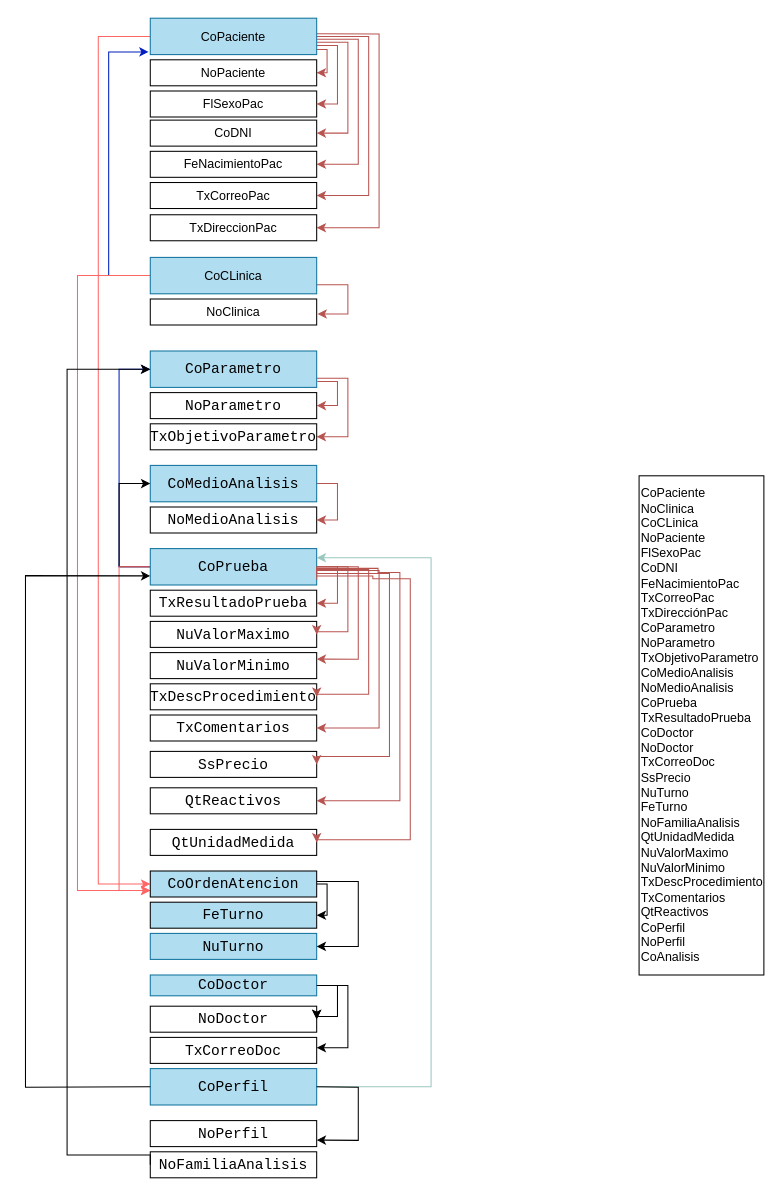
Earlier version of the draw.io diagram page "Diagrama Funcional" (1 of 2) of Untitled Diagram.drawio (hrojasutani/test). Source tidied: cells renumbered, new cells numbered last; positions are measured from the earlier drawing's top-left corner, leaving out a move shared by most shapes. Both pictures are drawn from the tidied source at 104%, with x=0, y=0 at pixel (25, 18).
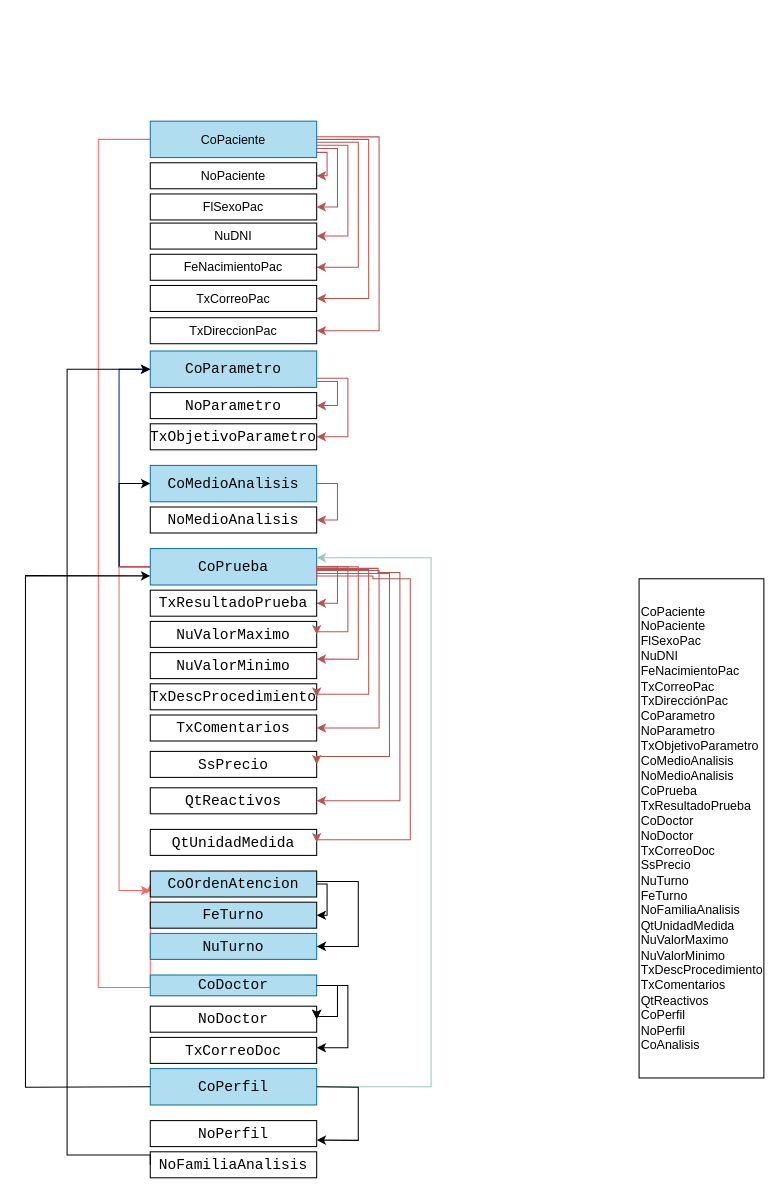
After the change.

Commit message:
se borro clicnica

Unchanged cells that the change refers to:
```xml
<mxCell id="64" value="&lt;div style=&quot;font-family: Consolas, &amp;quot;Courier New&amp;quot;, monospace; font-size: 14px; line-height: 19px;&quot;&gt;&lt;div&gt;&lt;span style=&quot;&quot;&gt;CoOrdenAtencion&lt;/span&gt;&lt;/div&gt;&lt;/div&gt;" style="text;whiteSpace=wrap;html=1;verticalAlign=middle;align=center;fontColor=default;labelBackgroundColor=none;fontStyle=0;strokeColor=default;fillColor=#B1DDF0;" parent="1" vertex="1">
  <mxGeometry x="120" y="820" width="160" height="25" as="geometry" />
</mxCell>
```

Diff of the diagram source:
```diff
@@
-    <mxCell id="2" value="&lt;div&gt;CoPaciente&lt;/div&gt;&lt;div&gt;NoClinica&lt;/div&gt;&lt;div&gt;CoCLinica&lt;/div&gt;&lt;div&gt;NoPaciente&lt;/div&gt;&lt;div&gt;FlSexoPac&lt;/div&gt;&lt;div&gt;CoDNI&lt;/div&gt;&lt;div&gt;FeNacimientoPac&lt;/div&gt;&lt;div&gt;TxCorreoPac&lt;/div&gt;&lt;div&gt;TxDirecciónPac&lt;/div&gt;&lt;div&gt;CoParametro&lt;/div&gt;&lt;div&gt;NoParametro&lt;/div&gt;&lt;div&gt;TxObjetivoParametro&lt;/div&gt;&lt;div&gt;CoMedioAnalisis&lt;/div&gt;&lt;div&gt;NoMedioAnalisis&lt;/div&gt;&lt;div&gt;CoPrueba&lt;/div&gt;&lt;div&gt;TxResultadoPrueba&lt;/div&gt;&lt;div&gt;CoDoctor&lt;/div&gt;&lt;div&gt;NoDoctor&lt;/div&gt;&lt;div&gt;TxCorreoDoc&lt;/div&gt;&lt;div&gt;SsPrecio&lt;/div&gt;&lt;div&gt;NuTurno&lt;/div&gt;&lt;div&gt;FeTurno&lt;/div&gt;&lt;div&gt;NoFamiliaAnalisis&lt;/div&gt;&lt;div&gt;QtUnidadMedida&lt;/div&gt;&lt;div&gt;NuValorMaximo&lt;/div&gt;&lt;div&gt;NuValorMinimo&lt;/div&gt;&lt;div&gt;TxDescProcedimiento&lt;/div&gt;&lt;div&gt;TxComentarios&lt;/div&gt;&lt;div&gt;QtReactivos&lt;/div&gt;&lt;div&gt;CoPerfil&lt;/div&gt;&lt;div&gt;NoPerfil&lt;/div&gt;&lt;div&gt;CoAnalisis&lt;/div&gt;" style="rounded=0;whiteSpace=wrap;html=1;align=left;" parent="1" vertex="1">
-      <mxGeometry x="590" y="440" width="120" height="480" as="geometry" />
+    <mxCell id="2" value="&lt;div&gt;CoPaciente&lt;/div&gt;&lt;div&gt;NoPaciente&lt;/div&gt;&lt;div&gt;FlSexoPac&lt;/div&gt;&lt;div&gt;&lt;span style=&quot;background-color: initial;&quot;&gt;NuDNI&lt;/span&gt;&lt;/div&gt;&lt;div&gt;FeNacimientoPac&lt;/div&gt;&lt;div&gt;TxCorreoPac&lt;/div&gt;&lt;div&gt;TxDirecciónPac&lt;/div&gt;&lt;div&gt;CoParametro&lt;/div&gt;&lt;div&gt;NoParametro&lt;/div&gt;&lt;div&gt;TxObjetivoParametro&lt;/div&gt;&lt;div&gt;CoMedioAnalisis&lt;/div&gt;&lt;div&gt;NoMedioAnalisis&lt;/div&gt;&lt;div&gt;CoPrueba&lt;/div&gt;&lt;div&gt;TxResultadoPrueba&lt;/div&gt;&lt;div&gt;CoDoctor&lt;/div&gt;&lt;div&gt;NoDoctor&lt;/div&gt;&lt;div&gt;TxCorreoDoc&lt;/div&gt;&lt;div&gt;SsPrecio&lt;/div&gt;&lt;div&gt;NuTurno&lt;/div&gt;&lt;div&gt;FeTurno&lt;/div&gt;&lt;div&gt;NoFamiliaAnalisis&lt;/div&gt;&lt;div&gt;QtUnidadMedida&lt;/div&gt;&lt;div&gt;NuValorMaximo&lt;/div&gt;&lt;div&gt;NuValorMinimo&lt;/div&gt;&lt;div&gt;TxDescProcedimiento&lt;/div&gt;&lt;div&gt;TxComentarios&lt;/div&gt;&lt;div&gt;QtReactivos&lt;/div&gt;&lt;div&gt;CoPerfil&lt;/div&gt;&lt;div&gt;NoPerfil&lt;/div&gt;&lt;div&gt;CoAnalisis&lt;/div&gt;" style="rounded=0;whiteSpace=wrap;html=1;align=left;" parent="1" vertex="1">
+      <mxGeometry x="590" y="539" width="120" height="480" as="geometry" />
     </mxCell>
     <mxCell id="3" style="edgeStyle=orthogonalEdgeStyle;rounded=0;jettySize=auto;html=1;entryX=1;entryY=0.5;entryDx=0;entryDy=0;fillColor=#f8cecc;strokeColor=#b85450;" parent="1" edge="1" source="10" target="16">
       <mxGeometry relative="1" as="geometry">
         <Array as="points">
-          <mxPoint x="290" y="30" />
-          <mxPoint x="290" y="53" />
+          <mxPoint x="290" y="129" />
+          <mxPoint x="290" y="152" />
         </Array>
       </mxGeometry>
     </mxCell>
     <mxCell id="4" style="edgeStyle=orthogonalEdgeStyle;rounded=0;jettySize=auto;html=1;entryX=1;entryY=0.5;entryDx=0;entryDy=0;exitX=1;exitY=0.75;exitDx=0;exitDy=0;fillColor=#f8cecc;strokeColor=#b85450;" parent="1" edge="1" source="10" target="17">
       <mxGeometry relative="1" as="geometry">
         <Array as="points">
-          <mxPoint x="300" y="26" />
-          <mxPoint x="300" y="83" />
+          <mxPoint x="300" y="125" />
+          <mxPoint x="300" y="182" />
         </Array>
       </mxGeometry>
     </mxCell>
     <mxCell id="5" style="edgeStyle=orthogonalEdgeStyle;rounded=0;jettySize=auto;html=1;entryX=1;entryY=0.5;entryDx=0;entryDy=0;fillColor=#f8cecc;strokeColor=#b85450;exitX=1.001;exitY=0.663;exitDx=0;exitDy=0;exitPerimeter=0;" parent="1" edge="1" source="10" target="18">
       <mxGeometry relative="1" as="geometry">
         <Array as="points">
-          <mxPoint x="310" y="23" />
-          <mxPoint x="310" y="110" />
+          <mxPoint x="310" y="122" />
+          <mxPoint x="310" y="209" />
         </Array>
       </mxGeometry>
     </mxCell>
     <mxCell id="6" style="edgeStyle=orthogonalEdgeStyle;rounded=0;jettySize=auto;html=1;entryX=1;entryY=0.5;entryDx=0;entryDy=0;fillColor=#f8cecc;strokeColor=#b85450;exitX=1.002;exitY=0.579;exitDx=0;exitDy=0;exitPerimeter=0;" parent="1" edge="1" source="10" target="19">
       <mxGeometry relative="1" as="geometry">
         <Array as="points">
-          <mxPoint x="320" y="20" />
-          <mxPoint x="320" y="141" />
+          <mxPoint x="320" y="119" />
+          <mxPoint x="320" y="240" />
         </Array>
       </mxGeometry>
     </mxCell>
     <mxCell id="7" style="edgeStyle=orthogonalEdgeStyle;rounded=0;jettySize=auto;html=1;entryX=1;entryY=0.5;entryDx=0;entryDy=0;exitX=1;exitY=0.5;exitDx=0;exitDy=0;fillColor=#f8cecc;strokeColor=#b85450;" parent="1" edge="1" source="10" target="20">
       <mxGeometry relative="1" as="geometry">
         <Array as="points">
-          <mxPoint x="330" y="17" />
-          <mxPoint x="330" y="170" />
+          <mxPoint x="330" y="116" />
+          <mxPoint x="330" y="269" />
         </Array>
       </mxGeometry>
     </mxCell>
     <mxCell id="8" style="edgeStyle=orthogonalEdgeStyle;rounded=0;jettySize=auto;html=1;entryX=1;entryY=0.5;entryDx=0;entryDy=0;fillColor=#f8cecc;strokeColor=#b85450;exitX=1.001;exitY=0.43;exitDx=0;exitDy=0;exitPerimeter=0;" parent="1" edge="1" source="10" target="21">
       <mxGeometry relative="1" as="geometry">
         <Array as="points">
-          <mxPoint x="340" y="15" />
-          <mxPoint x="340" y="202" />
+          <mxPoint x="340" y="114" />
+          <mxPoint x="340" y="301" />
         </Array>
       </mxGeometry>
     </mxCell>
     <mxCell id="9" style="edgeStyle=orthogonalEdgeStyle;rounded=0;jettySize=auto;html=1;entryX=0;entryY=0.5;entryDx=0;entryDy=0;strokeColor=#FF6666;" parent="1" edge="1" source="10" target="64">
       <mxGeometry relative="1" as="geometry">
         <Array as="points">
-          <mxPoint x="70" y="18" />
-          <mxPoint x="70" y="833" />
+          <mxPoint x="70" y="117" />
+          <mxPoint x="70" y="932" />
         </Array>
       </mxGeometry>
     </mxCell>
     <mxCell id="10" value="&lt;span style=&quot;text-align: left;&quot;&gt;CoPaciente&lt;/span&gt;" style="rounded=0;whiteSpace=wrap;html=1;verticalAlign=middle;fillColor=#b1ddf0;strokeColor=#10739e;" parent="1" vertex="1">
-      <mxGeometry x="120" width="160" height="35" as="geometry" />
+      <mxGeometry x="120" y="99" width="160" height="35" as="geometry" />
     </mxCell>
-    <mxCell id="11" value="&lt;span style=&quot;text-align: left;&quot;&gt;NoClinica&lt;/span&gt;" style="rounded=0;whiteSpace=wrap;html=1;verticalAlign=middle;" parent="1" vertex="1">
-      <mxGeometry x="120" y="270" width="160" height="25" as="geometry" />
-    </mxCell>
-    <mxCell id="12" style="edgeStyle=orthogonalEdgeStyle;rounded=0;jettySize=auto;html=1;entryX=-0.01;entryY=0.926;entryDx=0;entryDy=0;fillColor=#0050ef;strokeColor=#001DBC;entryPerimeter=0;" parent="1" edge="1" source="15" target="10">
-      <mxGeometry relative="1" as="geometry">
-        <Array as="points">
-          <mxPoint x="80" y="248" />
-          <mxPoint x="80" y="32" />
-        </Array>
-      </mxGeometry>
-    </mxCell>
-    <mxCell id="13" style="edgeStyle=orthogonalEdgeStyle;rounded=0;jettySize=auto;html=1;entryX=1.005;entryY=0.576;entryDx=0;entryDy=0;exitX=1;exitY=0.75;exitDx=0;exitDy=0;entryPerimeter=0;fillColor=#f8cecc;strokeColor=#b85450;" parent="1" edge="1" source="15" target="11">
-      <mxGeometry relative="1" as="geometry">
-        <Array as="points">
-          <mxPoint x="310" y="256" />
-          <mxPoint x="310" y="284" />
-        </Array>
-      </mxGeometry>
-    </mxCell>
-    <mxCell id="14" style="edgeStyle=orthogonalEdgeStyle;rounded=0;jettySize=auto;html=1;entryX=0;entryY=0.75;entryDx=0;entryDy=0;strokeColor=#FF6666;" parent="1" edge="1" source="15" target="64">
-      <mxGeometry relative="1" as="geometry">
-        <Array as="points">
-          <mxPoint x="50" y="247.5" />
-          <mxPoint x="50" y="839" />
-        </Array>
-      </mxGeometry>
-    </mxCell>
-    <mxCell id="15" value="&lt;div style=&quot;text-align: left;&quot;&gt;&lt;span style=&quot;background-color: initial;&quot;&gt;CoCLinica&lt;/span&gt;&lt;/div&gt;" style="rounded=0;whiteSpace=wrap;html=1;verticalAlign=middle;fillColor=#b1ddf0;strokeColor=#10739e;" parent="1" vertex="1">
-      <mxGeometry x="120" y="230" width="160" height="35" as="geometry" />
-    </mxCell>
     <mxCell id="16" value="NoPaciente" style="rounded=0;whiteSpace=wrap;html=1;fillColor=none;verticalAlign=middle;" parent="1" vertex="1">
-      <mxGeometry x="120" y="40" width="160" height="25" as="geometry" />
+      <mxGeometry x="120" y="139" width="160" height="25" as="geometry" />
     </mxCell>
     <mxCell id="17" value="FlSexoPac" style="text;whiteSpace=wrap;html=1;strokeColor=default;align=center;verticalAlign=middle;" parent="1" vertex="1">
-      <mxGeometry x="120" y="70" width="160" height="25" as="geometry" />
+      <mxGeometry x="120" y="169" width="160" height="25" as="geometry" />
     </mxCell>
-    <mxCell id="18" value="CoDNI" style="text;whiteSpace=wrap;html=1;strokeColor=default;verticalAlign=middle;align=center;" parent="1" vertex="1">
-      <mxGeometry x="120" y="98" width="160" height="25" as="geometry" />
+    <mxCell id="18" value="NuDNI" style="text;whiteSpace=wrap;html=1;strokeColor=default;verticalAlign=middle;align=center;" parent="1" vertex="1">
+      <mxGeometry x="120" y="197" width="160" height="25" as="geometry" />
     </mxCell>
     <mxCell id="19" value="FeNacimientoPac" style="text;whiteSpace=wrap;html=1;strokeColor=default;verticalAlign=middle;align=center;" parent="1" vertex="1">
-      <mxGeometry x="120" y="128" width="160" height="25" as="geometry" />
+      <mxGeometry x="120" y="227" width="160" height="25" as="geometry" />
     </mxCell>
     <mxCell id="20" value="TxCorreoPac" style="text;whiteSpace=wrap;html=1;strokeColor=default;verticalAlign=middle;align=center;" parent="1" vertex="1">
-      <mxGeometry x="120" y="158" width="160" height="25" as="geometry" />
+      <mxGeometry x="120" y="257" width="160" height="25" as="geometry" />
     </mxCell>
     <mxCell id="21" value="TxDireccionPac" style="text;whiteSpace=wrap;html=1;strokeColor=default;verticalAlign=middle;align=center;" parent="1" vertex="1">
-      <mxGeometry x="120" y="189" width="160" height="25" as="geometry" />
+      <mxGeometry x="120" y="288" width="160" height="25" as="geometry" />
     </mxCell>
```
